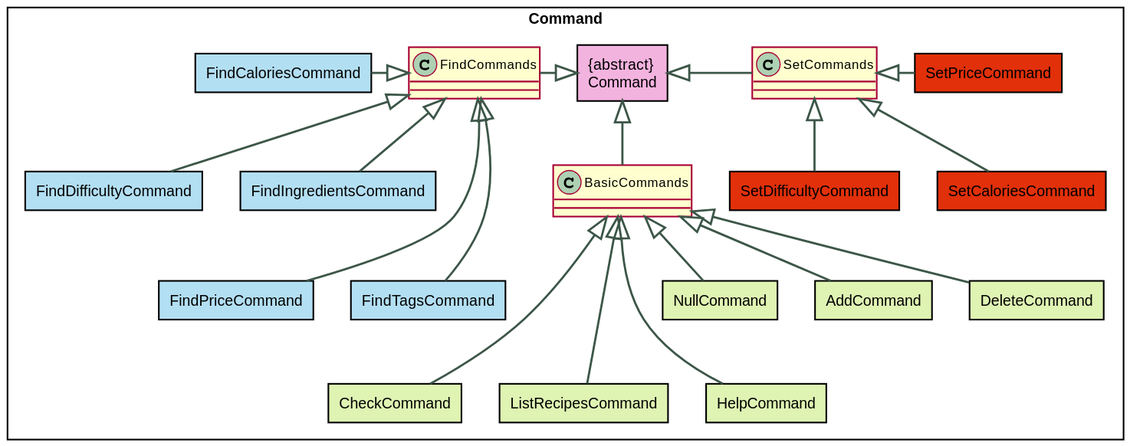
Before: docs/RenderedUML/CommandRects.svg, a diagram exported from PlantUML (nus-cs2113-AY2122S1/tp).
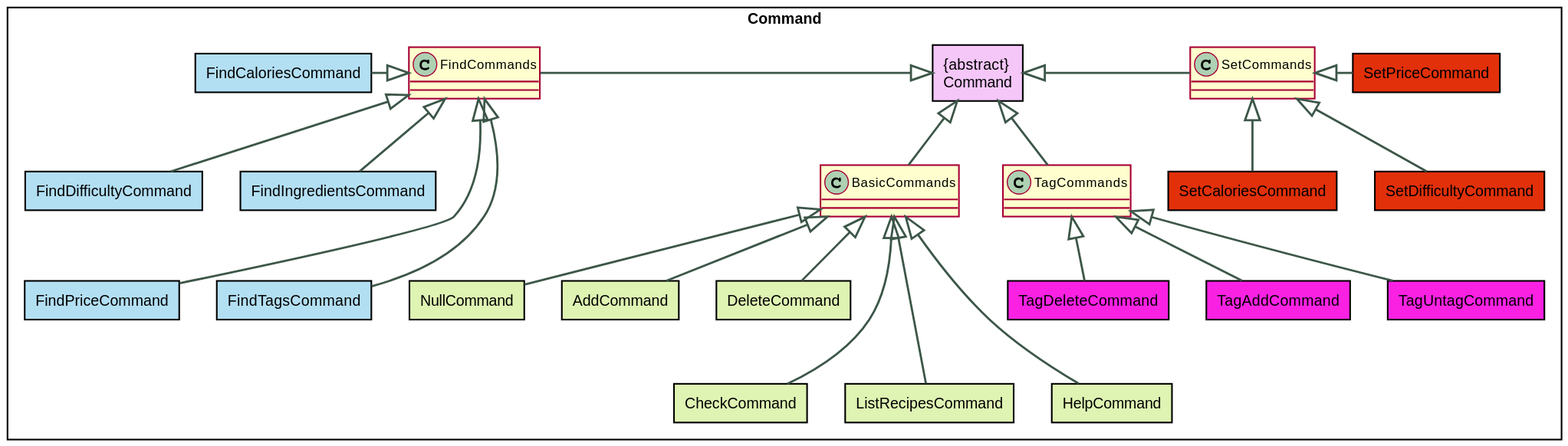
After the commit.

Commit message:
Updated UML Diagrams

What changed in the source:
```diff
@@ -48,10 +48,23 @@
     rectangle SetPriceCommand LOGIC_RED_1 {
     }
 
+    rectangle TagAddCommand LOGIC_MAGENTA_1 {
+    }
+
+    rectangle TagUntagCommand LOGIC_MAGENTA_1 {
+    }
+
+    rectangle TagDeleteCommand LOGIC_MAGENTA_1 {
+    }
+
 
     "{abstract}\nCommand" <|-down- "BasicCommands"
     "{abstract}\nCommand" <|-left- "FindCommands"
     "{abstract}\nCommand" <|-right- "SetCommands"
+    "{abstract}\nCommand" <|-- "TagCommands"
+    "TagCommands" <|-- TagAddCommand
+    "TagCommands" <|-- TagUntagCommand
+    "TagCommands" <|-- TagDeleteCommand
     "BasicCommands" <|-- AddCommand
     "BasicCommands" <|-- DeleteCommand
     "BasicCommands" <|--- CheckCommand
```
